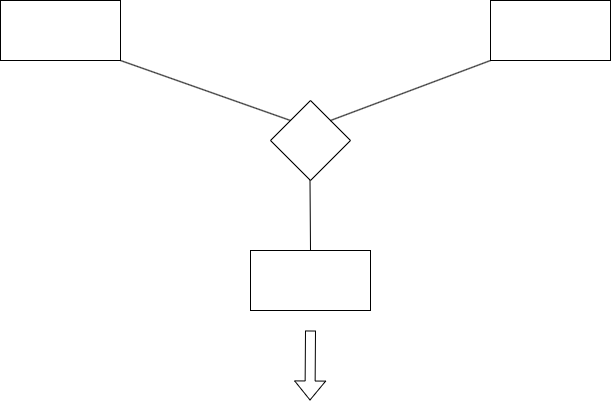
This is Chương 3 QT2(Mô hình hóa).png from datnham0212/learning, a draw.io export, as it was before one commit. Source tidied: cells renumbered, new cells last; positions are measured from the earlier drawing's top-left corner, leaving out a move shared by most shapes.
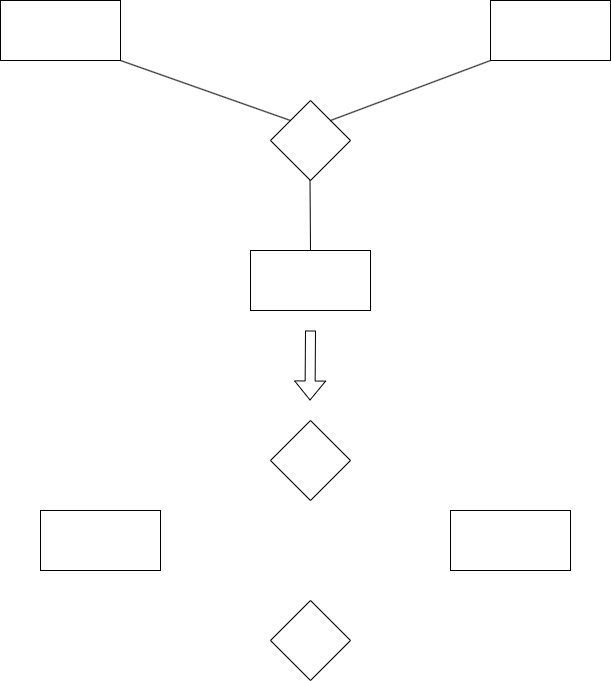
The same diagram one commit later.

Diff of the diagram source:
```diff
@@ -33,5 +33,17 @@
         <mxPoint x="309.5" y="400" as="targetPoint" />
       </mxGeometry>
     </mxCell>
+    <mxCell id="10" style="rounded=0;whiteSpace=wrap;html=1;" parent="1" vertex="1">
+      <mxGeometry x="40" y="510" width="120" height="60" as="geometry" />
+    </mxCell>
+    <mxCell id="11" style="rounded=0;whiteSpace=wrap;html=1;" parent="1" vertex="1">
+      <mxGeometry x="450" y="510" width="120" height="60" as="geometry" />
+    </mxCell>
+    <mxCell id="12" style="rhombus;whiteSpace=wrap;html=1;" parent="1" vertex="1">
+      <mxGeometry x="270" y="420" width="80" height="80" as="geometry" />
+    </mxCell>
+    <mxCell id="13" style="rhombus;whiteSpace=wrap;html=1;" parent="1" vertex="1">
+      <mxGeometry x="270" y="600" width="80" height="80" as="geometry" />
+    </mxCell>
   </root>
 </mxGraphModel>
```
